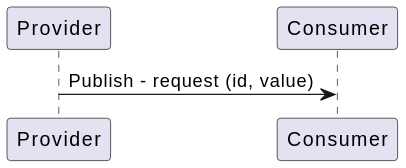
Before: docs/design/diagrams/publish_sequence.svg, a diagram exported from PlantUML (eclipse-ibeji/ibeji). The source it was exported from:
```plantuml
@startuml
participant "Provider"
participant "Consumer"

"Provider" -> "Consumer" : Publish - request (id, value)
@enduml
```
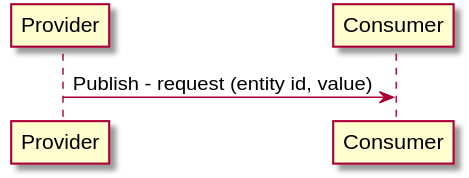
The same file after the commit.

The edit, as a diff of the source:
```diff
@@ -1,6 +1,8 @@
 @startuml
+
 participant "Provider"
 participant "Consumer"
 
-"Provider" -> "Consumer" : Publish - request (id, value)
+"Provider" -> "Consumer" : Publish - request (entity id, value)
+
 @enduml
```
